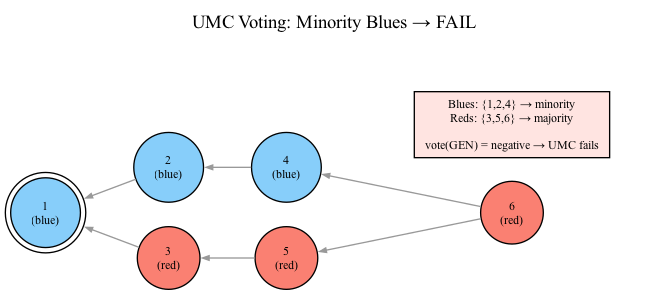
The Graphviz diagram png/05-umc-minority.png in coderofstuff/dk-wiki, before a commit. Its source is kept beside it as dot/05-umc-minority.dot. Source of this version:
```dot
digraph umc_minority_fail {
    rankdir=RL;
    node [shape=circle, style=filled, fontsize=9];
    edge [arrowsize=0.5, color=gray60];

    label="UMC Voting: Minority Blues → FAIL";
    labelloc=t;

    GEN [label="1\n(blue)", fillcolor=lightskyblue, shape=doublecircle];
    B2 [label="2\n(blue)", fillcolor=lightskyblue];
    B3 [label="3\n(red)", fillcolor=salmon];
    B4 [label="4\n(blue)", fillcolor=lightskyblue];
    B5 [label="5\n(red)", fillcolor=salmon];
    B6 [label="6\n(red)", fillcolor=salmon];

    B6 -> B4;
    B6 -> B5;
    B4 -> B2;
    B5 -> B3;
    B2 -> GEN;
    B3 -> GEN;

    subgraph cluster_result {
        style=invis;
        RESULT [label="Blues: {1,2,4} → minority\nReds: {3,5,6} → majority\n\nvote(GEN) = negative → UMC fails", shape=box, style=filled, fillcolor=mistyrose, fontsize=9];
    }
}
```
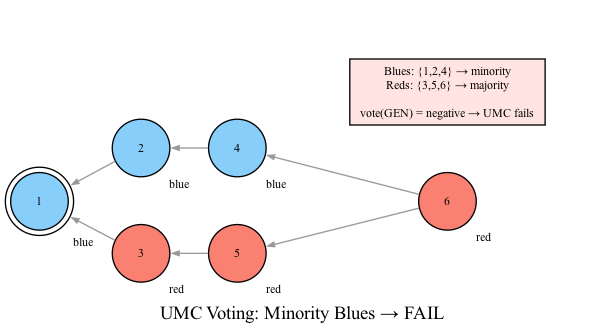
The same file after the commit.

Diff of the diagram source:
```diff
@@ -1,17 +1,18 @@
 digraph umc_minority_fail {
     rankdir=RL;
-    node [shape=circle, style=filled, fontsize=9];
+    nodesep=0.5;
+    ranksep=0.4;
+    node [shape=circle, style=filled, fontsize=9, width=0.6, height=0.6];
     edge [arrowsize=0.5, color=gray60];
 
     label="UMC Voting: Minority Blues → FAIL";
-    labelloc=t;
 
-    GEN [label="1\n(blue)", fillcolor=lightskyblue, shape=doublecircle];
-    B2 [label="2\n(blue)", fillcolor=lightskyblue];
-    B3 [label="3\n(red)", fillcolor=salmon];
-    B4 [label="4\n(blue)", fillcolor=lightskyblue];
-    B5 [label="5\n(red)", fillcolor=salmon];
-    B6 [label="6\n(red)", fillcolor=salmon];
+    GEN [label="1", fillcolor=lightskyblue, shape=doublecircle, xlabel="blue"];
+    B2 [label="2", fillcolor=lightskyblue, xlabel="blue"];
+    B3 [label="3", fillcolor=salmon, xlabel="red"];
+    B4 [label="4", fillcolor=lightskyblue, xlabel="blue"];
+    B5 [label="5", fillcolor=salmon, xlabel="red"];
+    B6 [label="6", fillcolor=salmon, xlabel="red"];
 
     B6 -> B4;
     B6 -> B5;
```
